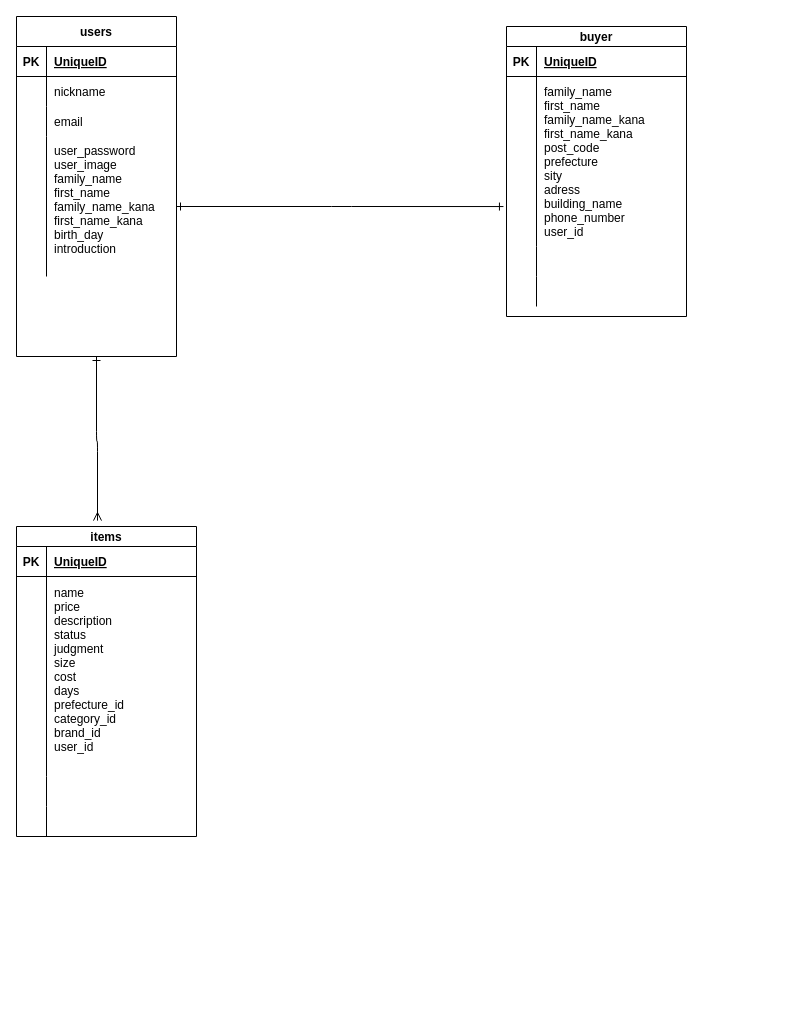
Above: er.dio in Takahashihiroak/furima-36775 (draw.io), before the change. Source tidied: cells renumbered, new cells numbered last; positions are measured from the earlier drawing's top-left corner, leaving out a move shared by most shapes. Both pictures are drawn from the tidied source at 100%, with x=0, y=0 at pixel (16, 16).
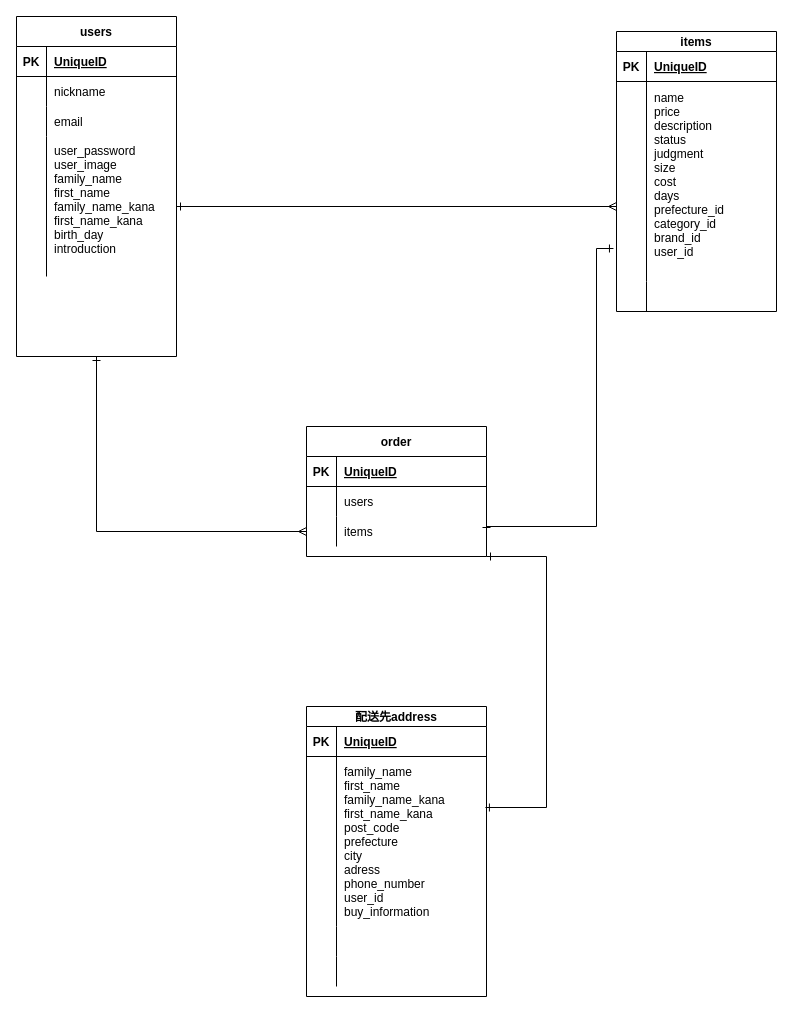
Above is the later version.

The change refers to these unchanged cells:
```xml
<mxCell id="3" value="users" style="shape=table;startSize=30;childLayout=tableLayout;rowLines=0;fontStyle=1;align=center;" parent="1" vertex="1">
  <mxGeometry width="160" height="340" as="geometry" />
</mxCell>
<mxCell id="13" style="shape=partialRectangle;fillColor=none;top=0;left=0;bottom=0;right=0;points=[[0,0.5],[1,0.5]];portConstraint=eastwest;" parent="3" vertex="1">
  <mxGeometry y="120" width="160" height="140" as="geometry" />
</mxCell>
<mxCell id="33" style="shape=partialRectangle;fillColor=none;top=0;left=0;bottom=0;right=0;points=[[0,0.5],[1,0.5]];portConstraint=eastwest;" parent="29" vertex="1">
  <mxGeometry y="50" width="180" height="170" as="geometry" />
</mxCell>
```

Change to the diagram source:
```diff
@@
-    <mxCell id="2" style="edgeStyle=orthogonalEdgeStyle;rounded=1;jettySize=auto;html=1;exitX=0.5;exitY=1;exitDx=0;exitDy=0;entryX=0.45;entryY=-0.019;entryDx=0;entryDy=0;entryPerimeter=0;endArrow=ERmany;endFill=0;strokeWidth=1;startArrow=ERone;startFill=0;" parent="1" edge="1" source="3" target="16">
-      <mxGeometry relative="1" as="geometry" />
-    </mxCell>
+    <mxCell id="43" style="edgeStyle=orthogonalEdgeStyle;rounded=0;jettySize=auto;html=1;exitX=0.5;exitY=1;exitDx=0;exitDy=0;entryX=0;entryY=0.5;entryDx=0;entryDy=0;startArrow=ERone;startFill=0;endArrow=ERmany;endFill=0;" parent="1" edge="1" source="3" target="52">
+      <mxGeometry relative="1" as="geometry" />
+    </mxCell>
@@
     <mxCell id="16" value="items" style="shape=table;startSize=20;childLayout=tableLayout;rowLines=0;fontStyle=1;align=center;" parent="1" vertex="1">
-      <mxGeometry y="510" width="180" height="310" as="geometry" />
+      <mxGeometry x="600" y="15" width="160" height="280" as="geometry" />
     </mxCell>
     <mxCell id="17" style="shape=partialRectangle;fillColor=none;top=0;left=0;bottom=1;right=0;" parent="16" vertex="1">
-      <mxGeometry y="20" width="180" height="30" as="geometry" />
+      <mxGeometry y="20" width="160" height="30" as="geometry" />
     </mxCell>
@@
     <mxCell id="19" value="UniqueID" style="shape=partialRectangle;fillColor=none;top=0;left=0;bottom=0;right=0;align=left;spacingLeft=6;fontStyle=5;overflow=hidden;" parent="17" vertex="1">
-      <mxGeometry x="30" width="150" height="30" as="geometry" />
+      <mxGeometry x="30" width="130" height="30" as="geometry" />
     </mxCell>
     <mxCell id="20" style="shape=partialRectangle;fillColor=none;top=0;left=0;bottom=0;right=0;points=[[0,0.5],[1,0.5]];portConstraint=eastwest;" parent="16" vertex="1">
-      <mxGeometry y="50" width="180" height="200" as="geometry" />
+      <mxGeometry y="50" width="160" height="200" as="geometry" />
     </mxCell>
@@
     <mxCell id="22" value="name&#10;price&#10;description&#10;status&#10;judgment&#10;size&#10;cost&#10;days&#10;prefecture_id&#10;category_id&#10;brand_id&#10;user_id&#10;" style="shape=partialRectangle;fillColor=none;top=0;left=0;bottom=0;right=0;align=left;spacingLeft=6;overflow=hidden;" parent="20" vertex="1">
-      <mxGeometry x="30" width="150" height="200" as="geometry" />
+      <mxGeometry x="30" width="130" height="200" as="geometry" />
     </mxCell>
     <mxCell id="23" style="shape=partialRectangle;fillColor=none;top=0;left=0;bottom=0;right=0;" parent="16" vertex="1">
-      <mxGeometry y="250" width="180" height="30" as="geometry" />
+      <mxGeometry y="250" width="160" height="30" as="geometry" />
     </mxCell>
@@
     <mxCell id="25" style="shape=partialRectangle;fillColor=none;top=0;left=0;bottom=0;right=0;align=left;spacingLeft=6;overflow=hidden;" parent="23" vertex="1">
-      <mxGeometry x="30" width="150" height="30" as="geometry" />
+      <mxGeometry x="30" width="130" height="30" as="geometry" />
     </mxCell>
-    <mxCell id="26" style="shape=partialRectangle;fillColor=none;top=0;left=0;bottom=0;right=0;" parent="16" vertex="1">
-      <mxGeometry y="280" width="180" height="30" as="geometry" />
-    </mxCell>
-    <mxCell id="27" style="shape=partialRectangle;fillColor=none;top=0;left=0;bottom=0;right=0;overflow=hidden;" parent="26" vertex="1">
-      <mxGeometry width="30" height="30" as="geometry" />
-    </mxCell>
-    <mxCell id="28" style="shape=partialRectangle;fillColor=none;top=0;left=0;bottom=0;right=0;align=left;spacingLeft=6;overflow=hidden;" parent="26" vertex="1">
-      <mxGeometry x="30" width="150" height="30" as="geometry" />
-    </mxCell>
-    <mxCell id="29" value="buyer" style="shape=table;startSize=20;childLayout=tableLayout;rowLines=0;fontStyle=1;align=center;" parent="1" vertex="1">
-      <mxGeometry x="490" y="10" width="180" height="290" as="geometry" />
+    <mxCell id="29" value="配送先address" style="shape=table;startSize=20;childLayout=tableLayout;rowLines=0;fontStyle=1;align=center;" parent="1" vertex="1">
+      <mxGeometry x="290" y="690" width="180" height="290" as="geometry" />
     </mxCell>
@@
-    <mxCell id="35" value="family_name&#10;first_name&#10;family_name_kana&#10;first_name_kana&#10;post_code&#10;prefecture&#10;sity&#10;adress&#10;building_name&#10;phone_number&#10;user_id" style="shape=partialRectangle;fillColor=none;top=0;left=0;bottom=0;right=0;align=left;spacingLeft=6;overflow=hidden;" parent="33" vertex="1">
+    <mxCell id="35" value="family_name&#10;first_name&#10;family_name_kana&#10;first_name_kana&#10;post_code&#10;prefecture&#10;city&#10;adress&#10;phone_number&#10;user_id&#10;buy_information" style="shape=partialRectangle;fillColor=none;top=0;left=0;bottom=0;right=0;align=left;spacingLeft=6;overflow=hidden;" parent="33" vertex="1">
       <mxGeometry x="30" width="150" height="170" as="geometry" />
     </mxCell>
@@
-    <mxCell id="42" style="edgeStyle=orthogonalEdgeStyle;rounded=1;jettySize=auto;html=1;exitX=1;exitY=0.5;exitDx=0;exitDy=0;entryX=-0.017;entryY=0.765;entryDx=0;entryDy=0;entryPerimeter=0;startArrow=ERone;startFill=0;endArrow=ERone;endFill=0;strokeWidth=1;" parent="1" edge="1" source="13" target="33">
-      <mxGeometry relative="1" as="geometry" />
-    </mxCell>
+    <mxCell id="44" style="edgeStyle=orthogonalEdgeStyle;rounded=0;jettySize=auto;html=1;exitX=1;exitY=1;exitDx=0;exitDy=0;entryX=0.994;entryY=0.3;entryDx=0;entryDy=0;entryPerimeter=0;startArrow=ERone;startFill=0;endArrow=ERone;endFill=0;" parent="1" edge="1" source="45" target="33">
+      <mxGeometry relative="1" as="geometry">
+        <Array as="points">
+          <mxPoint x="530" y="540" />
+          <mxPoint x="530" y="791" />
+        </Array>
+      </mxGeometry>
+    </mxCell>
+    <mxCell id="45" value="order" style="shape=table;startSize=30;childLayout=tableLayout;rowLines=0;fontStyle=1;align=center;" parent="1" vertex="1">
+      <mxGeometry x="290" y="410" width="180" height="130" as="geometry" />
+    </mxCell>
+    <mxCell id="46" style="shape=partialRectangle;fillColor=none;top=0;left=0;bottom=1;right=0;" parent="45" vertex="1">
+      <mxGeometry y="30" width="180" height="30" as="geometry" />
+    </mxCell>
+    <mxCell id="47" value="PK" style="shape=partialRectangle;fillColor=none;top=0;left=0;bottom=0;right=0;fontStyle=1;overflow=hidden;" parent="46" vertex="1">
+      <mxGeometry width="30" height="30" as="geometry" />
+    </mxCell>
+    <mxCell id="48" value="UniqueID" style="shape=partialRectangle;fillColor=none;top=0;left=0;bottom=0;right=0;align=left;spacingLeft=6;fontStyle=5;overflow=hidden;" parent="46" vertex="1">
+      <mxGeometry x="30" width="150" height="30" as="geometry" />
+    </mxCell>
+    <mxCell id="49" style="shape=partialRectangle;fillColor=none;top=0;left=0;bottom=0;right=0;" parent="45" vertex="1">
+      <mxGeometry y="60" width="180" height="30" as="geometry" />
+    </mxCell>
+    <mxCell id="50" style="shape=partialRectangle;fillColor=none;top=0;left=0;bottom=0;right=0;overflow=hidden;" parent="49" vertex="1">
+      <mxGeometry width="30" height="30" as="geometry" />
+    </mxCell>
+    <mxCell id="51" value="users" style="shape=partialRectangle;fillColor=none;top=0;left=0;bottom=0;right=0;align=left;spacingLeft=6;overflow=hidden;" parent="49" vertex="1">
+      <mxGeometry x="30" width="150" height="30" as="geometry" />
+    </mxCell>
+    <mxCell id="52" style="shape=partialRectangle;fillColor=none;top=0;left=0;bottom=0;right=0;points=[[0,0.5],[1,0.5]];portConstraint=eastwest;" parent="45" vertex="1">
+      <mxGeometry y="90" width="180" height="30" as="geometry" />
+    </mxCell>
+    <mxCell id="53" style="shape=partialRectangle;fillColor=none;top=0;left=0;bottom=0;right=0;overflow=hidden;" parent="52" vertex="1">
+      <mxGeometry width="30" height="30" as="geometry" />
+    </mxCell>
+    <mxCell id="54" value="items" style="shape=partialRectangle;fillColor=none;top=0;left=0;bottom=0;right=0;align=left;spacingLeft=6;overflow=hidden;" parent="52" vertex="1">
+      <mxGeometry x="30" width="150" height="30" as="geometry" />
+    </mxCell>
+    <mxCell id="55" style="edgeStyle=orthogonalEdgeStyle;rounded=0;jettySize=auto;html=1;exitX=1;exitY=0.5;exitDx=0;exitDy=0;entryX=0;entryY=0.625;entryDx=0;entryDy=0;entryPerimeter=0;endArrow=ERmany;endFill=0;startArrow=ERone;startFill=0;" parent="1" edge="1" source="13" target="20">
+      <mxGeometry relative="1" as="geometry" />
+    </mxCell>
+    <mxCell id="56" style="edgeStyle=orthogonalEdgeStyle;rounded=0;jettySize=auto;html=1;exitX=-0.019;exitY=0.835;exitDx=0;exitDy=0;entryX=1;entryY=0.5;entryDx=0;entryDy=0;startArrow=ERone;startFill=0;endArrow=ERone;endFill=0;exitPerimeter=0;" parent="1" edge="1" source="20" target="52">
+      <mxGeometry relative="1" as="geometry">
+        <Array as="points">
+          <mxPoint x="580" y="232" />
+          <mxPoint x="580" y="510" />
+          <mxPoint x="470" y="510" />
+        </Array>
+      </mxGeometry>
+    </mxCell>
```
